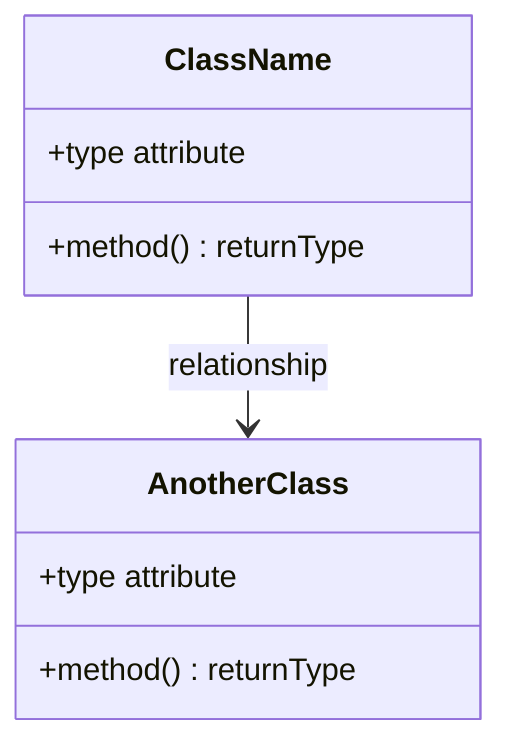
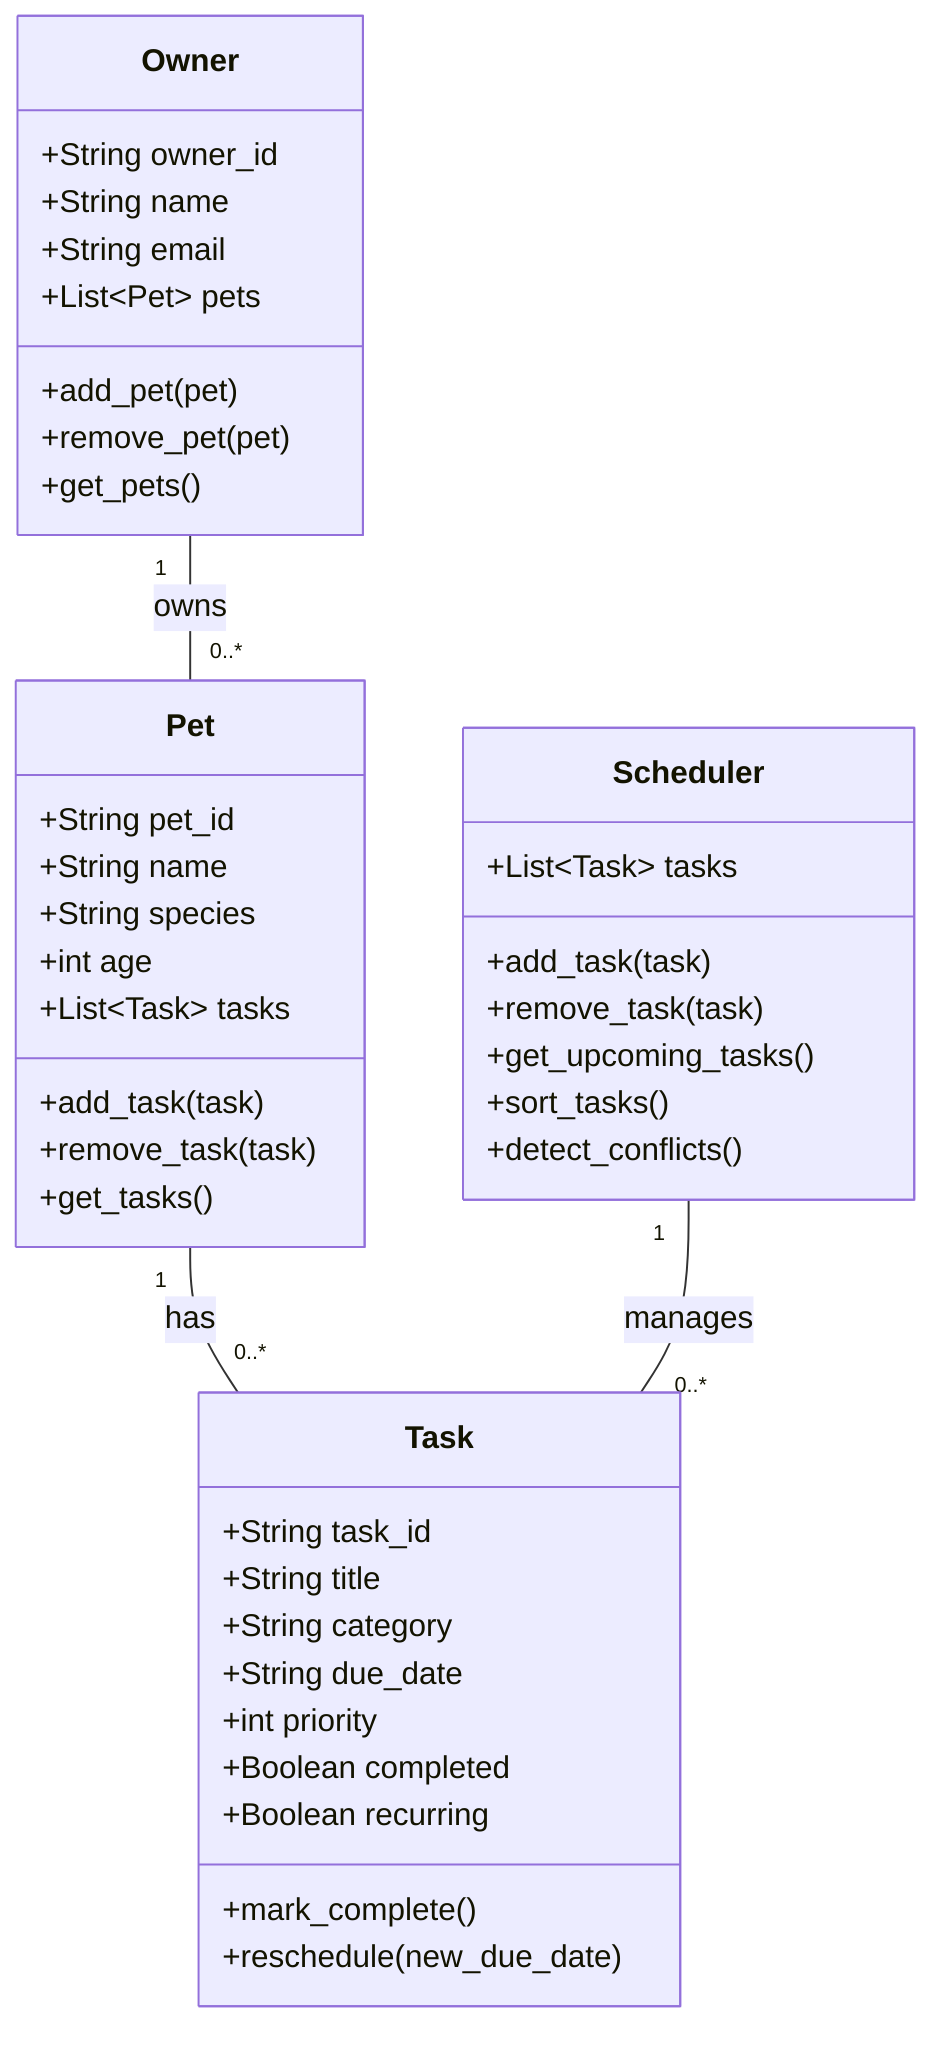
classDiagram
-     %% Replace the placeholders below with your actual classes, attributes, methods, and relationships.
-     %% Keep this file updated so it matches your final implementation.
- 
-     class ClassName {
-         +type attribute
-         +method() returnType
+     class Owner {
+         +String owner_id
+         +String name
+         +String email
+         +List~Pet~ pets
+         +add_pet(pet)
+         +remove_pet(pet)
+         +get_pets()
    }

-     class AnotherClass {
-         +type attribute
-         +method() returnType
+     class Pet {
+         +String pet_id
+         +String name
+         +String species
+         +int age
+         +List~Task~ tasks
+         +add_task(task)
+         +remove_task(task)
+         +get_tasks()
    }

-     ClassName --> AnotherClass : relationship
+     class Task {
+         +String task_id
+         +String title
+         +String category
+         +String due_date
+         +int priority
+         +Boolean completed
+         +Boolean recurring
+         +mark_complete()
+         +reschedule(new_due_date)
+     }
+ 
+     class Scheduler {
+         +List~Task~ tasks
+         +add_task(task)
+         +remove_task(task)
+         +get_upcoming_tasks()
+         +sort_tasks()
+         +detect_conflicts()
+     }
+ 
+     Owner "1" -- "0..*" Pet : owns
+     Pet "1" -- "0..*" Task : has
+     Scheduler "1" -- "0..*" Task : manages